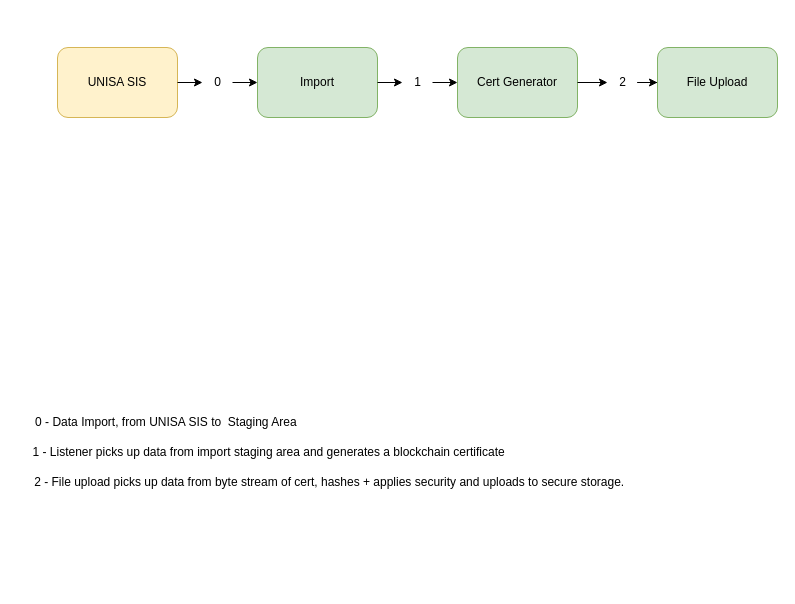
Earlier version of the draw.io diagram ConceptualDesign2.drawio (SifisoMzansi/architecture-diagrams). Source tidied: cells renumbered, new cells numbered last; positions are measured from the earlier drawing's top-left corner, leaving out a move shared by most shapes. Both pictures are drawn from the tidied source at 100%, with x=0, y=0 at pixel (17, 47).
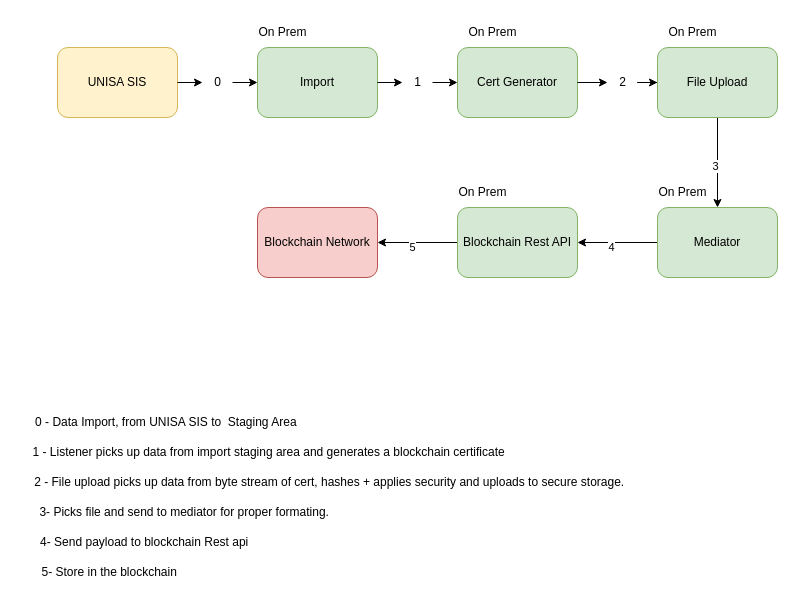
The same diagram, later.

The change refers to these unchanged cells:
```xml
<mxCell id="10" value="File Upload" style="rounded=1;whiteSpace=wrap;html=1;fillColor=#d5e8d4;strokeColor=#82b366;" parent="1" vertex="1">
  <mxGeometry x="640" width="120" height="70" as="geometry" />
</mxCell>
```

Diff of the diagram source:
```diff
@@
+    <mxCell id="18" style="edgeStyle=orthogonalEdgeStyle;rounded=0;jettySize=auto;html=1;entryX=0.5;entryY=0;entryDx=0;entryDy=0;" parent="1" edge="1" source="10" target="25">
+      <mxGeometry relative="1" as="geometry" />
+    </mxCell>
+    <mxCell id="19" value="3" style="edgeLabel;html=1;align=center;verticalAlign=middle;" parent="18" vertex="1">
+      <mxGeometry x="0.06" y="-3" relative="1" as="geometry" />
+    </mxCell>
@@
+    <mxCell id="20" style="edgeStyle=orthogonalEdgeStyle;rounded=0;jettySize=auto;html=1;entryX=1;entryY=0.5;entryDx=0;entryDy=0;" parent="1" edge="1" source="22" target="28">
+      <mxGeometry relative="1" as="geometry" />
+    </mxCell>
+    <mxCell id="21" value="5" style="edgeLabel;html=1;align=center;verticalAlign=middle;" parent="20" vertex="1">
+      <mxGeometry x="0.14" y="4" relative="1" as="geometry" />
+    </mxCell>
+    <mxCell id="22" value="Blockchain Rest API" style="rounded=1;whiteSpace=wrap;html=1;fillColor=#d5e8d4;strokeColor=#82b366;" parent="1" vertex="1">
+      <mxGeometry x="440" y="160" width="120" height="70" as="geometry" />
+    </mxCell>
+    <mxCell id="23" style="edgeStyle=orthogonalEdgeStyle;rounded=0;jettySize=auto;html=1;entryX=1;entryY=0.5;entryDx=0;entryDy=0;" parent="1" edge="1" source="25" target="22">
+      <mxGeometry relative="1" as="geometry" />
+    </mxCell>
+    <mxCell id="24" value="4" style="edgeLabel;html=1;align=center;verticalAlign=middle;" parent="23" vertex="1">
+      <mxGeometry x="0.17" y="4" relative="1" as="geometry" />
+    </mxCell>
+    <mxCell id="25" value="Mediator" style="rounded=1;whiteSpace=wrap;html=1;fillColor=#d5e8d4;strokeColor=#82b366;" parent="1" vertex="1">
+      <mxGeometry x="640" y="160" width="120" height="70" as="geometry" />
+    </mxCell>
+    <mxCell id="26" value="&amp;nbsp; &amp;nbsp; 3- Picks file and send to mediator for proper formating." style="text;html=1;align=center;verticalAlign=middle;strokeColor=none;fillColor=none;" parent="1" vertex="1">
+      <mxGeometry y="450" width="320" height="30" as="geometry" />
+    </mxCell>
+    <mxCell id="27" value="&amp;nbsp; &amp;nbsp; 4- Send payload to blockchain Rest api" style="text;html=1;align=center;verticalAlign=middle;strokeColor=none;fillColor=none;" parent="1" vertex="1">
+      <mxGeometry y="480" width="240" height="30" as="geometry" />
+    </mxCell>
+    <mxCell id="28" value="Blockchain Network" style="rounded=1;whiteSpace=wrap;html=1;fillColor=#f8cecc;strokeColor=#b85450;" parent="1" vertex="1">
+      <mxGeometry x="240" y="160" width="120" height="70" as="geometry" />
+    </mxCell>
+    <mxCell id="29" value="&amp;nbsp; &amp;nbsp; 5- Store in the blockchain" style="text;html=1;align=center;verticalAlign=middle;strokeColor=none;fillColor=none;" parent="1" vertex="1">
+      <mxGeometry y="510" width="170" height="30" as="geometry" />
+    </mxCell>
+    <mxCell id="30" value="On Prem" style="text;html=1;align=center;verticalAlign=middle;strokeColor=none;fillColor=none;" parent="1" vertex="1">
+      <mxGeometry x="230" y="-30" width="70" height="30" as="geometry" />
+    </mxCell>
+    <mxCell id="31" value="On Prem" style="text;html=1;align=center;verticalAlign=middle;strokeColor=none;fillColor=none;" parent="1" vertex="1">
+      <mxGeometry x="440" y="-30" width="70" height="30" as="geometry" />
+    </mxCell>
+    <mxCell id="32" value="On Prem" style="text;html=1;align=center;verticalAlign=middle;strokeColor=none;fillColor=none;" parent="1" vertex="1">
+      <mxGeometry x="640" y="-30" width="70" height="30" as="geometry" />
+    </mxCell>
+    <mxCell id="33" value="On Prem" style="text;html=1;align=center;verticalAlign=middle;strokeColor=none;fillColor=none;" parent="1" vertex="1">
+      <mxGeometry x="630" y="130" width="70" height="30" as="geometry" />
+    </mxCell>
+    <mxCell id="34" value="On Prem" style="text;html=1;align=center;verticalAlign=middle;strokeColor=none;fillColor=none;" parent="1" vertex="1">
+      <mxGeometry x="430" y="130" width="70" height="30" as="geometry" />
+    </mxCell>
```
